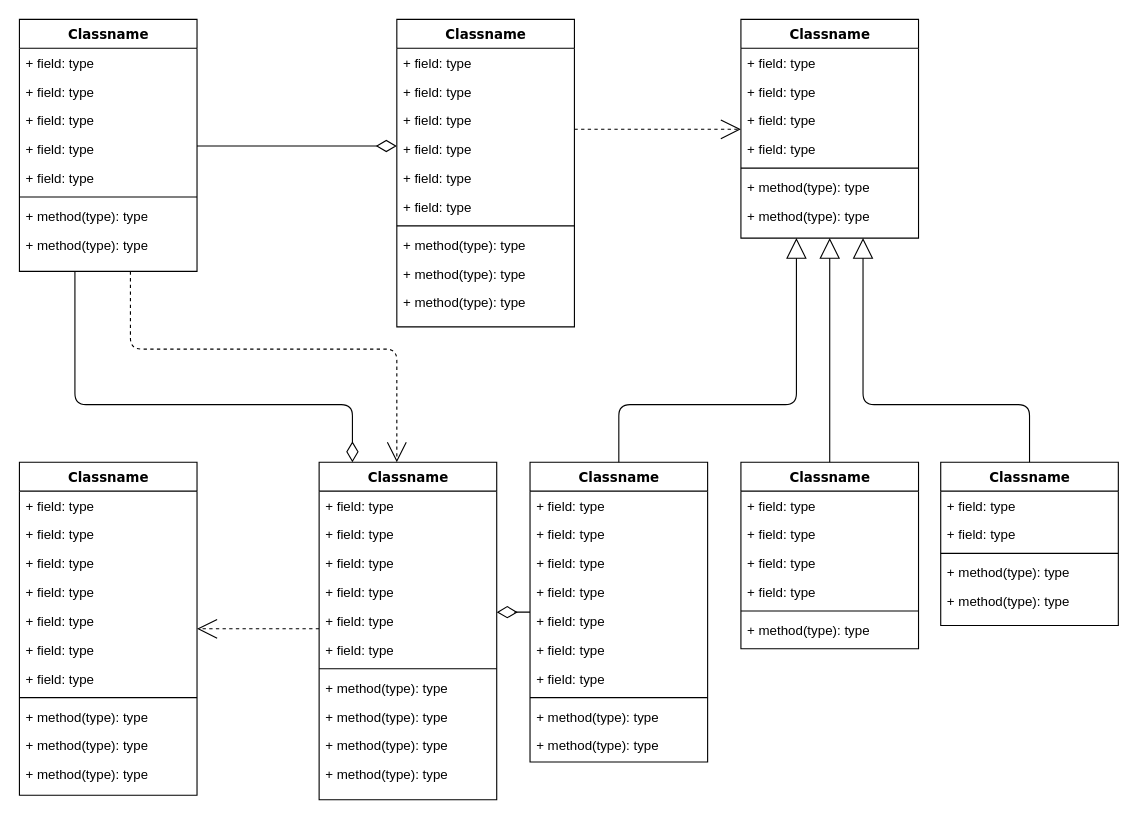
CatalinButacu/Pedometer keeps this draw.io diagram as Untitled Diagram.drawio. Above is the earlier version. Source tidied: cells renumbered, new cells numbered last; positions are measured from the earlier drawing's top-left corner, leaving out a move shared by most shapes. Both pictures are drawn from the tidied source at 111%, with x=0, y=0 at pixel (19, 19).
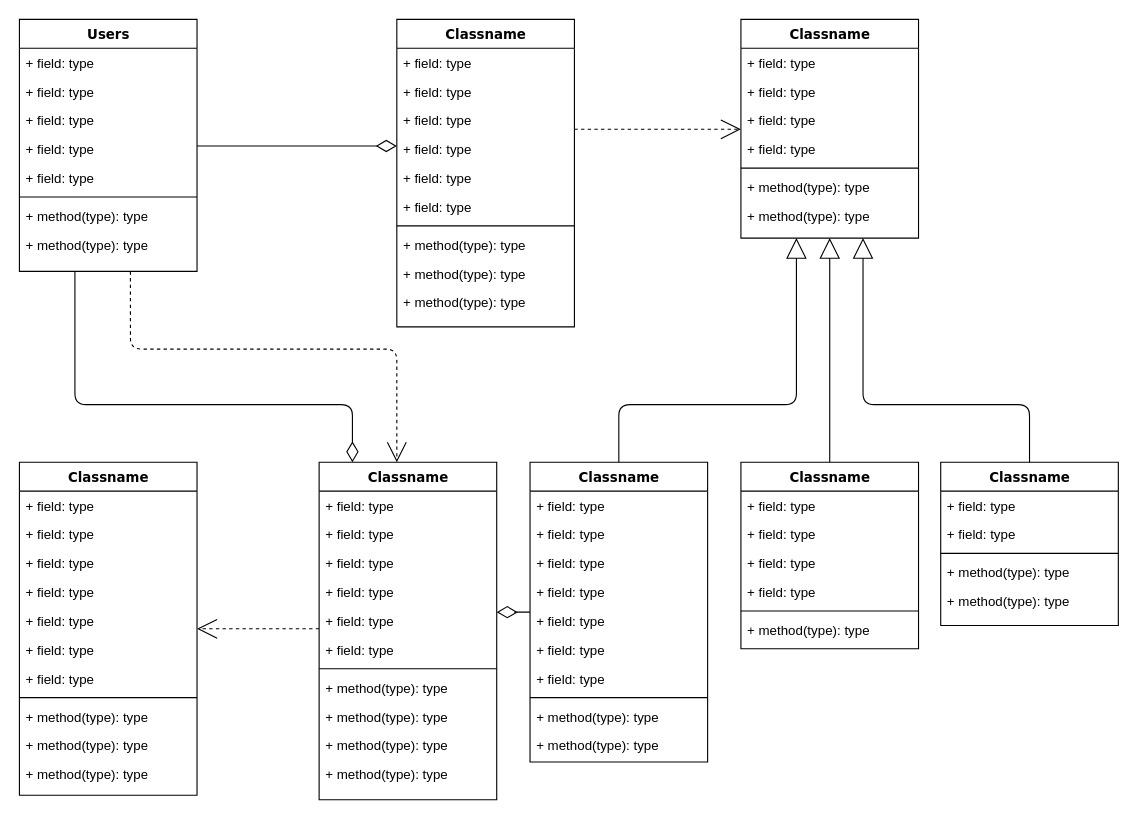
Above is the later version.

Diff of the diagram source:
```diff
@@
-    <mxCell id="4" value="Classname" style="swimlane;html=1;fontStyle=1;align=center;verticalAlign=top;horizontal=1;startSize=26;swimlaneFillColor=#ffffff;rounded=0;shadow=0;comic=0;labelBackgroundColor=none;strokeWidth=1;fillColor=none;fontFamily=Verdana;fontSize=12;" parent="1" vertex="1">
+    <mxCell id="4" value="Users" style="swimlane;html=1;fontStyle=1;align=center;verticalAlign=top;horizontal=1;startSize=26;swimlaneFillColor=#ffffff;rounded=0;shadow=0;comic=0;labelBackgroundColor=none;strokeWidth=1;fillColor=none;fontFamily=Verdana;fontSize=12;" parent="1" vertex="1">
       <mxGeometry width="160" height="227" as="geometry" />
     </mxCell>
```
